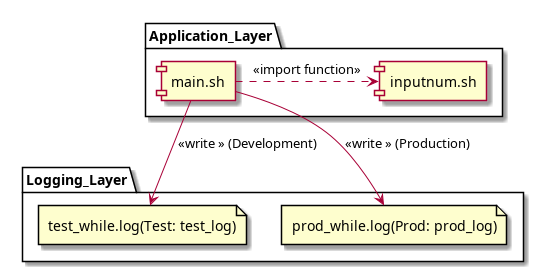
This is docs/inputnum-archtecture_component.png from Jumacde/shellscript_whileloop, a PlantUML export, as it was before one commit. Its source is kept beside it as docs/inputnum-archtecture_component.puml.
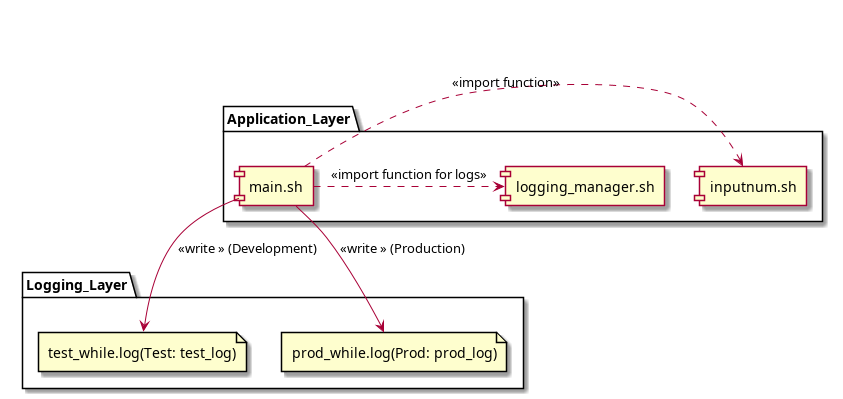
Above is the later version.

Diff of the diagram source:
```diff
@@ -2,7 +2,9 @@
 package "Application_Layer" {
 	component [main.sh] as main
 	component [inputnum.sh] as inputnum
-	main .> inputnum : << import function>>
+	component [logging_manager.sh] as logging
+	main .> inputnum : << import function >>
+	main .> logging : << import function for logs >>
 
 }
 
```
